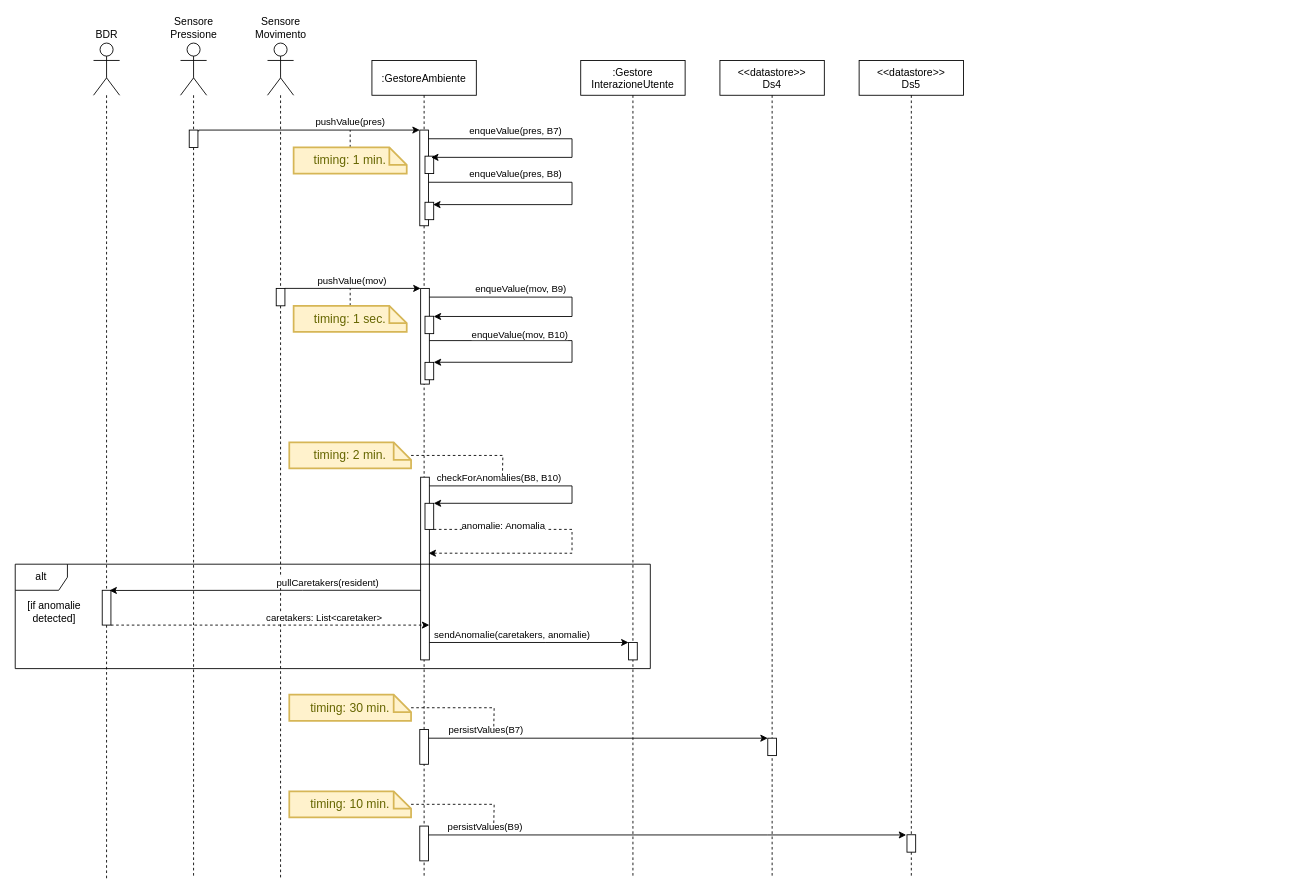
Earlier version of the draw.io diagram page "Ambiente" (4 of 9) of Progetto/Diagrammi_Attivita/Sequence.drawio (Wonderjack996/unimib-software-architecture). Source tidied: cells renumbered, new cells numbered last; positions are measured from the earlier drawing's top-left corner, leaving out a move shared by most shapes. Both pictures are drawn from the tidied source at 87%, with x=0, y=0 at pixel (15, 43).
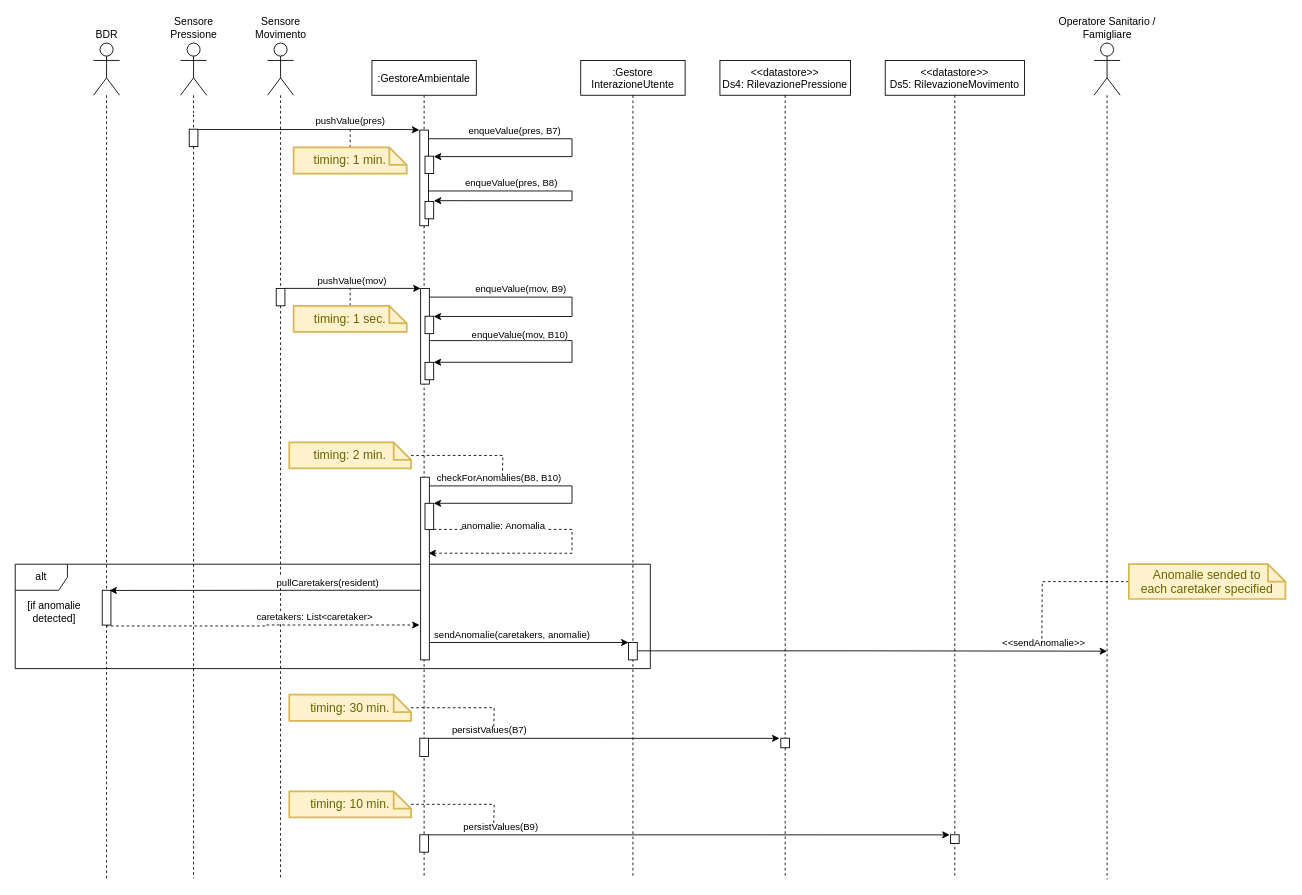
After the change.

Unchanged cells that the change refers to:
```xml
<mxCell id="5" style="points=[];perimeter=orthogonalPerimeter;rounded=0;shadow=0;strokeWidth=1;" parent="2" vertex="1">
  <mxGeometry x="55" y="80" width="10" height="110" as="geometry" />
</mxCell>
<mxCell id="6" style="points=[];perimeter=orthogonalPerimeter;rounded=0;shadow=0;strokeWidth=1;" parent="2" vertex="1">
  <mxGeometry x="56" y="479" width="10" height="210" as="geometry" />
</mxCell>
<mxCell id="12" style="points=[];perimeter=orthogonalPerimeter;rounded=0;shadow=0;strokeWidth=1;" parent="2" vertex="1">
  <mxGeometry x="61" y="110" width="10" height="20" as="geometry" />
</mxCell>
<mxCell id="33" style="points=[];perimeter=orthogonalPerimeter;rounded=0;shadow=0;strokeWidth=1;" parent="32" vertex="1">
  <mxGeometry x="55" y="669" width="10" height="20" as="geometry" />
</mxCell>
<mxCell id="38" style="points=[];perimeter=orthogonalPerimeter;rounded=0;shadow=0;strokeWidth=1;" parent="1" vertex="1">
  <mxGeometry x="100" y="629" width="10" height="40" as="geometry" />
</mxCell>
```

Diff of the diagram source:
```diff
@@
+    <mxCell id="41" value="alt" style="shape=umlFrame;whiteSpace=wrap;html=1;" parent="1" vertex="1">
+      <mxGeometry y="599" width="730" height="120" as="geometry" />
+    </mxCell>
-    <mxCell id="2" value=":GestoreAmbiente" style="shape=umlLifeline;perimeter=lifelinePerimeter;rounded=0;shadow=0;strokeWidth=1;" parent="1" vertex="1">
+    <mxCell id="2" value=":GestoreAmbientale" style="shape=umlLifeline;perimeter=lifelinePerimeter;rounded=0;shadow=0;strokeWidth=1;" parent="1" vertex="1">
       <mxGeometry x="410" y="20" width="120" height="940" as="geometry" />
     </mxCell>
-    <mxCell id="3" style="edgeStyle=orthogonalEdgeStyle;rounded=0;jettySize=auto;html=1;startArrow=none;startFill=0;endArrow=classic;endFill=1;entryX=0.931;entryY=0.134;entryDx=0;entryDy=0;entryPerimeter=0;" parent="2" edge="1" source="5" target="15">
+    <mxCell id="3" style="edgeStyle=orthogonalEdgeStyle;rounded=0;jettySize=auto;html=1;startArrow=none;startFill=0;endArrow=classic;endFill=1;entryX=1.017;entryY=-0.042;entryDx=0;entryDy=0;entryPerimeter=0;" parent="2" edge="1" source="5" target="15">
       <mxGeometry relative="1" as="geometry">
         <Array as="points">
-          <mxPoint x="230" y="140" />
-          <mxPoint x="230" y="165" />
+          <mxPoint x="230" y="150" />
+          <mxPoint x="230" y="162" />
+          <mxPoint x="71" y="162" />
         </Array>
       </mxGeometry>
     </mxCell>
@@
-    <mxCell id="13" style="edgeStyle=orthogonalEdgeStyle;rounded=0;jettySize=auto;html=1;startArrow=none;startFill=0;endArrow=classic;endFill=1;entryX=0.696;entryY=0.068;entryDx=0;entryDy=0;entryPerimeter=0;" parent="2" edge="1" source="5" target="12">
+    <mxCell id="13" style="edgeStyle=orthogonalEdgeStyle;rounded=0;jettySize=auto;html=1;startArrow=none;startFill=0;endArrow=classic;endFill=1;entryX=1.017;entryY=0.025;entryDx=0;entryDy=0;entryPerimeter=0;" parent="2" edge="1" source="5" target="12">
       <mxGeometry relative="1" as="geometry">
         <Array as="points">
           <mxPoint x="230" y="90" />
           <mxPoint x="230" y="111" />
         </Array>
       </mxGeometry>
     </mxCell>
@@
     <mxCell id="15" style="points=[];perimeter=orthogonalPerimeter;rounded=0;shadow=0;strokeWidth=1;" parent="2" vertex="1">
-      <mxGeometry x="61" y="163" width="10" height="20" as="geometry" />
+      <mxGeometry x="61" y="162" width="10" height="20" as="geometry" />
     </mxCell>
     <mxCell id="16" style="points=[];perimeter=orthogonalPerimeter;rounded=0;shadow=0;strokeWidth=1;" parent="2" vertex="1">
-      <mxGeometry x="55" y="769" width="10" height="40" as="geometry" />
+      <mxGeometry x="55" y="779" width="10" height="21" as="geometry" />
     </mxCell>
@@
-    <mxCell id="26" style="edgeStyle=orthogonalEdgeStyle;rounded=0;jettySize=auto;html=1;endArrow=classic;endFill=1;exitX=1.086;exitY=0.077;exitDx=0;exitDy=0;exitPerimeter=0;" parent="1" edge="1" source="56" target="5">
+    <mxCell id="26" style="edgeStyle=orthogonalEdgeStyle;rounded=0;jettySize=auto;html=1;endArrow=classic;endFill=1;exitX=1.033;exitY=0.019;exitDx=0;exitDy=0;exitPerimeter=0;entryX=-0.05;entryY=-0.001;entryDx=0;entryDy=0;entryPerimeter=0;" parent="1" edge="1" source="56" target="5">
       <mxGeometry relative="1" as="geometry">
         <Array as="points">
-          <mxPoint x="211" y="100" />
+          <mxPoint x="450" y="99" />
         </Array>
       </mxGeometry>
     </mxCell>
@@
-    <mxCell id="30" value="&lt;&lt;datastore&gt;&gt;&#10;Ds4" style="shape=umlLifeline;perimeter=lifelinePerimeter;rounded=0;shadow=0;strokeWidth=1;" parent="1" vertex="1">
-      <mxGeometry x="810" y="20" width="120" height="940" as="geometry" />
+    <mxCell id="30" value="&lt;&lt;datastore&gt;&gt;&#10;Ds4: RilevazionePressione" style="shape=umlLifeline;perimeter=lifelinePerimeter;rounded=0;shadow=0;strokeWidth=1;" parent="1" vertex="1">
+      <mxGeometry x="810" y="20" width="150" height="940" as="geometry" />
     </mxCell>
     <mxCell id="31" style="points=[];perimeter=orthogonalPerimeter;rounded=0;shadow=0;strokeWidth=1;" parent="30" vertex="1">
-      <mxGeometry x="55" y="779" width="10" height="20" as="geometry" />
+      <mxGeometry x="70" y="779" width="10" height="11" as="geometry" />
     </mxCell>
@@
-    <mxCell id="36" style="edgeStyle=orthogonalEdgeStyle;rounded=0;jettySize=auto;html=1;startArrow=none;startFill=0;endArrow=classic;endFill=1;dashed=1;" parent="1" edge="1" source="38">
+    <mxCell id="36" style="edgeStyle=orthogonalEdgeStyle;rounded=0;jettySize=auto;html=1;startArrow=none;startFill=0;endArrow=classic;endFill=1;dashed=1;entryX=-0.122;entryY=0.809;entryDx=0;entryDy=0;entryPerimeter=0;" parent="1" edge="1" source="38" target="6">
       <mxGeometry relative="1" as="geometry">
-        <mxPoint x="476" y="669" as="targetPoint" />
         <Array as="points">
-          <mxPoint x="476" y="669" />
+          <mxPoint x="105" y="670" />
+          <mxPoint x="288" y="670" />
+          <mxPoint x="288" y="669" />
         </Array>
       </mxGeometry>
     </mxCell>
@@
-    <mxCell id="41" value="alt" style="shape=umlFrame;whiteSpace=wrap;html=1;" parent="1" vertex="1">
-      <mxGeometry y="599" width="730" height="120" as="geometry" />
-    </mxCell>
@@
-    <mxCell id="44" style="edgeStyle=orthogonalEdgeStyle;rounded=0;jettySize=auto;html=1;startArrow=none;startFill=0;endArrow=classic;endFill=1;" parent="1" edge="1" source="16">
+    <mxCell id="44" style="edgeStyle=orthogonalEdgeStyle;rounded=0;jettySize=auto;html=1;startArrow=none;startFill=0;endArrow=classic;endFill=1;entryX=-0.16;entryY=0.018;entryDx=0;entryDy=0;entryPerimeter=0;" parent="1" edge="1" source="16" target="31">
       <mxGeometry relative="1" as="geometry">
-        <mxPoint x="865" y="799" as="targetPoint" />
         <Array as="points">
-          <mxPoint x="865" y="799" />
+          <mxPoint x="678" y="800" />
         </Array>
       </mxGeometry>
     </mxCell>
@@
-    <mxCell id="54" value="&lt;&lt;datastore&gt;&gt;&#10;Ds5" style="shape=umlLifeline;perimeter=lifelinePerimeter;rounded=0;shadow=0;strokeWidth=1;" parent="1" vertex="1">
-      <mxGeometry x="970" y="20" width="120" height="940" as="geometry" />
+    <mxCell id="54" value="&lt;&lt;datastore&gt;&gt;&#10;Ds5: RilevazioneMovimento" style="shape=umlLifeline;perimeter=lifelinePerimeter;rounded=0;shadow=0;strokeWidth=1;" parent="1" vertex="1">
+      <mxGeometry x="1000" y="20" width="160" height="940" as="geometry" />
     </mxCell>
     <mxCell id="55" style="points=[];perimeter=orthogonalPerimeter;rounded=0;shadow=0;strokeWidth=1;" parent="54" vertex="1">
-      <mxGeometry x="55" y="890" width="10" height="20" as="geometry" />
+      <mxGeometry x="75" y="890" width="10" height="10" as="geometry" />
     </mxCell>
     <mxCell id="56" style="points=[];perimeter=orthogonalPerimeter;rounded=0;shadow=0;strokeWidth=1;" parent="1" vertex="1">
-      <mxGeometry x="200" y="100" width="10" height="20" as="geometry" />
+      <mxGeometry x="200" y="99" width="10" height="20" as="geometry" />
     </mxCell>
@@
     <mxCell id="64" style="points=[];perimeter=orthogonalPerimeter;rounded=0;shadow=0;strokeWidth=1;" parent="1" vertex="1">
-      <mxGeometry x="465" y="900" width="10" height="40" as="geometry" />
+      <mxGeometry x="465" y="910" width="10" height="20" as="geometry" />
     </mxCell>
@@
+    <mxCell id="69" style="edgeStyle=orthogonalEdgeStyle;rounded=0;jettySize=auto;html=1;dashed=1;endArrow=none;endFill=0;" parent="1" edge="1" source="70">
+      <mxGeometry relative="1" as="geometry">
+        <mxPoint x="1255" y="961.2" as="targetPoint" />
+      </mxGeometry>
+    </mxCell>
+    <mxCell id="70" value="Operatore Sanitario /&lt;br&gt;Famigliare" style="shape=umlActor;verticalLabelPosition=top;verticalAlign=bottom;html=1;outlineConnect=0;labelPosition=center;align=center;" parent="1" vertex="1">
+      <mxGeometry x="1240" width="30" height="60" as="geometry" />
+    </mxCell>
+    <mxCell id="71" style="edgeStyle=orthogonalEdgeStyle;rounded=0;jettySize=auto;html=1;endArrow=classic;endFill=1;exitX=1.04;exitY=0.479;exitDx=0;exitDy=0;exitPerimeter=0;" parent="1" edge="1" source="33">
+      <mxGeometry relative="1" as="geometry">
+        <mxPoint x="1255" y="699" as="targetPoint" />
+      </mxGeometry>
+    </mxCell>
+    <mxCell id="72" value="&amp;lt;&amp;lt;sendAnomalie&amp;gt;&amp;gt;" style="edgeLabel;html=1;align=center;verticalAlign=middle;" parent="71" vertex="1">
+      <mxGeometry x="0.65" y="1" relative="1" as="geometry">
+        <mxPoint x="21" y="-9" as="offset" />
+      </mxGeometry>
+    </mxCell>
+    <mxCell id="73" style="edgeStyle=orthogonalEdgeStyle;rounded=0;jettySize=auto;html=1;endArrow=none;endFill=0;dashed=1;" parent="1" edge="1" source="74">
+      <mxGeometry relative="1" as="geometry">
+        <mxPoint x="1180" y="690" as="targetPoint" />
+      </mxGeometry>
+    </mxCell>
+    <mxCell id="74" value="Anomalie sended to&lt;br&gt;each caretaker specified" style="shape=note;strokeWidth=2;fontSize=14;size=20;whiteSpace=wrap;html=1;fillColor=#fff2cc;strokeColor=#d6b656;fontColor=#666600;" parent="1" vertex="1">
+      <mxGeometry x="1280" y="599" width="180" height="40" as="geometry" />
+    </mxCell>
```
